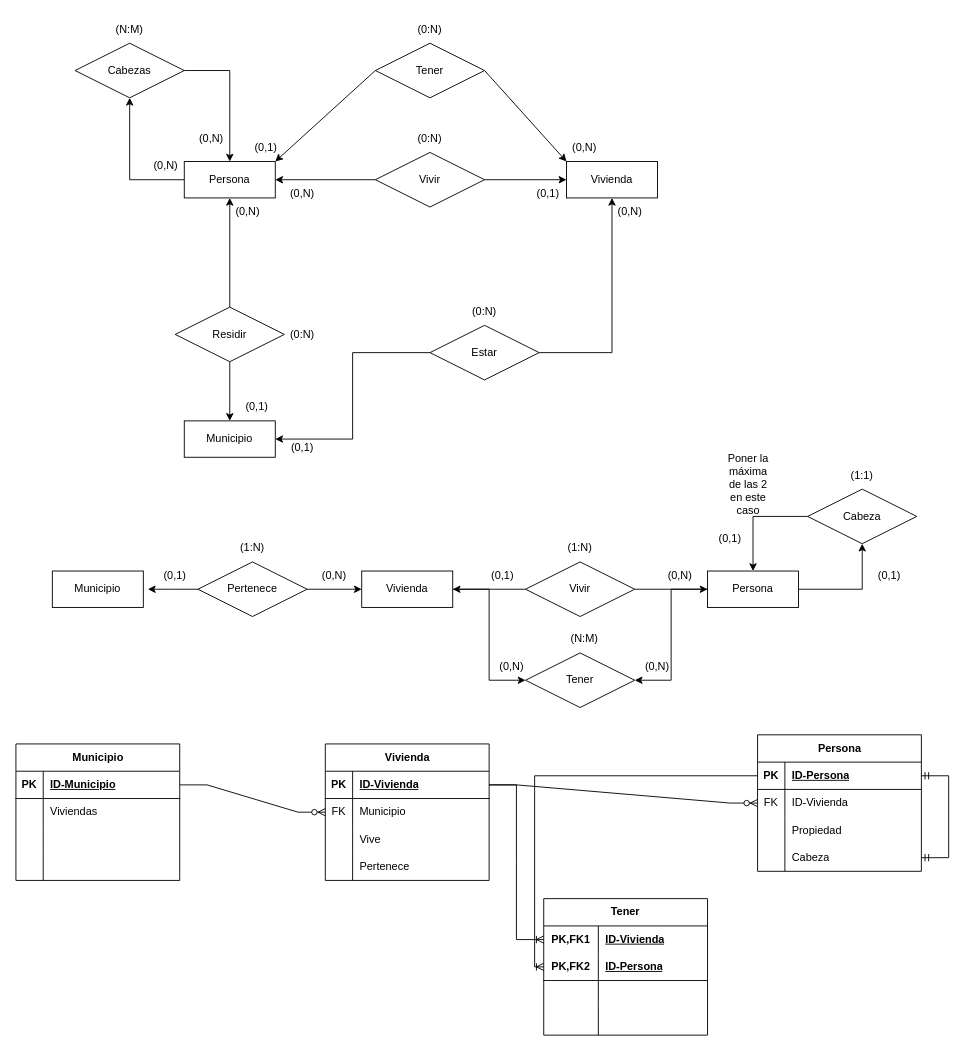
miguelelinformatico/2025_26 keeps this draw.io diagram as Diagrama sin título.drawio. Above is the earlier version. Source tidied: cells renumbered, new cells numbered last; positions are measured from the earlier drawing's top-left corner, leaving out a move shared by most shapes. Both pictures are drawn from the tidied source at 91%, with x=0, y=0 at pixel (15, 15).
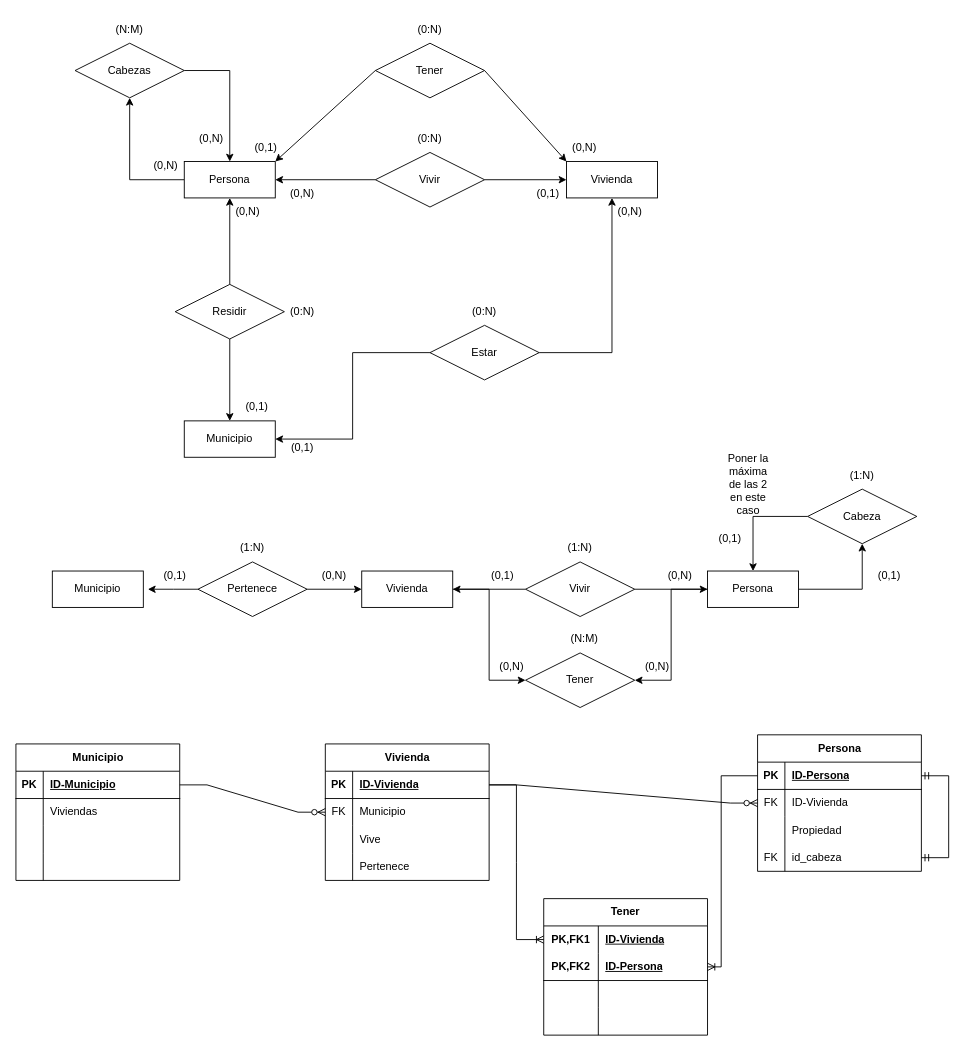
Above is the later version.

The change refers to these unchanged cells:
```xml
<mxCell id="51" style="shape=tableRow;horizontal=0;startSize=0;swimlaneHead=0;swimlaneBody=0;fillColor=none;points=[[0,0.5],[1,0.5]];portConstraint=eastwest;top=0;left=0;right=0;bottom=1;" parent="50" vertex="1">
  <mxGeometry y="30" width="180" height="30" as="geometry" />
</mxCell>
<mxCell id="60" style="shape=tableRow;horizontal=0;startSize=0;swimlaneHead=0;swimlaneBody=0;fillColor=none;points=[[0,0.5],[1,0.5]];portConstraint=eastwest;top=0;left=0;right=0;bottom=0;" parent="50" vertex="1">
  <mxGeometry y="120" width="180" height="30" as="geometry" />
</mxCell>
<mxCell id="109" style="shape=tableRow;horizontal=0;startSize=0;swimlaneHead=0;swimlaneBody=0;fillColor=none;points=[[0,0.5],[1,0.5]];portConstraint=eastwest;top=0;left=0;right=0;bottom=1;html=1;" parent="105" vertex="1">
  <mxGeometry y="60" width="180" height="30" as="geometry" />
</mxCell>
```

What changed in the source:
```diff
@@
     <mxCell id="13" value="Residir" style="shape=rhombus;perimeter=rhombusPerimeter;whiteSpace=wrap;html=1;align=center;" parent="1" vertex="1">
-      <mxGeometry x="175" y="320" width="120" height="60" as="geometry" />
+      <mxGeometry x="175" y="295" width="120" height="60" as="geometry" />
     </mxCell>
@@
     <mxCell id="27" value="(0:N)" style="text;html=1;whiteSpace=wrap;strokeColor=none;fillColor=none;align=center;verticalAlign=middle;rounded=0;" parent="1" vertex="1">
-      <mxGeometry x="285" y="335" width="60" height="30" as="geometry" />
+      <mxGeometry x="285" y="310" width="60" height="30" as="geometry" />
     </mxCell>
@@
-    <mxCell id="61" style="shape=partialRectangle;fillColor=none;top=0;left=0;bottom=0;right=0;overflow=hidden;whiteSpace=wrap;html=1;" parent="60" vertex="1">
+    <mxCell id="61" value="FK" style="shape=partialRectangle;fillColor=none;top=0;left=0;bottom=0;right=0;overflow=hidden;whiteSpace=wrap;html=1;" parent="60" vertex="1">
       <mxGeometry width="30" height="30" as="geometry" />
     </mxCell>
-    <mxCell id="62" value="Cabeza" style="shape=partialRectangle;fillColor=none;top=0;left=0;bottom=0;right=0;align=left;spacingLeft=6;overflow=hidden;whiteSpace=wrap;html=1;" parent="60" vertex="1">
+    <mxCell id="62" value="id_cabeza" style="shape=partialRectangle;fillColor=none;top=0;left=0;bottom=0;right=0;align=left;spacingLeft=6;overflow=hidden;whiteSpace=wrap;html=1;" parent="60" vertex="1">
       <mxGeometry x="30" width="150" height="30" as="geometry" />
     </mxCell>
@@
-    <mxCell id="103" value="(1:1)" style="text;html=1;whiteSpace=wrap;strokeColor=none;fillColor=none;align=center;verticalAlign=middle;rounded=0;" parent="1" vertex="1">
+    <mxCell id="103" value="(1:N)" style="text;html=1;whiteSpace=wrap;strokeColor=none;fillColor=none;align=center;verticalAlign=middle;rounded=0;" parent="1" vertex="1">
       <mxGeometry x="900" y="490" width="60" height="30" as="geometry" />
     </mxCell>
@@
-    <mxCell id="119" style="fontSize=12;html=1;endArrow=ERoneToMany;rounded=0;exitX=0;exitY=0.5;exitDx=0;exitDy=0;entryX=0;entryY=0.5;entryDx=0;entryDy=0;edgeStyle=orthogonalEdgeStyle;" parent="1" edge="1" source="51" target="109">
-      <mxGeometry relative="1" as="geometry" />
+    <mxCell id="119" style="fontSize=12;html=1;endArrow=ERoneToMany;rounded=0;exitX=0;exitY=0.5;exitDx=0;exitDy=0;entryX=1;entryY=0.5;entryDx=0;entryDy=0;edgeStyle=orthogonalEdgeStyle;" parent="1" edge="1" source="51" target="109">
+      <mxGeometry relative="1" as="geometry">
+        <Array as="points">
+          <mxPoint x="775" y="835" />
+          <mxPoint x="775" y="1045" />
+        </Array>
+      </mxGeometry>
     </mxCell>
```
